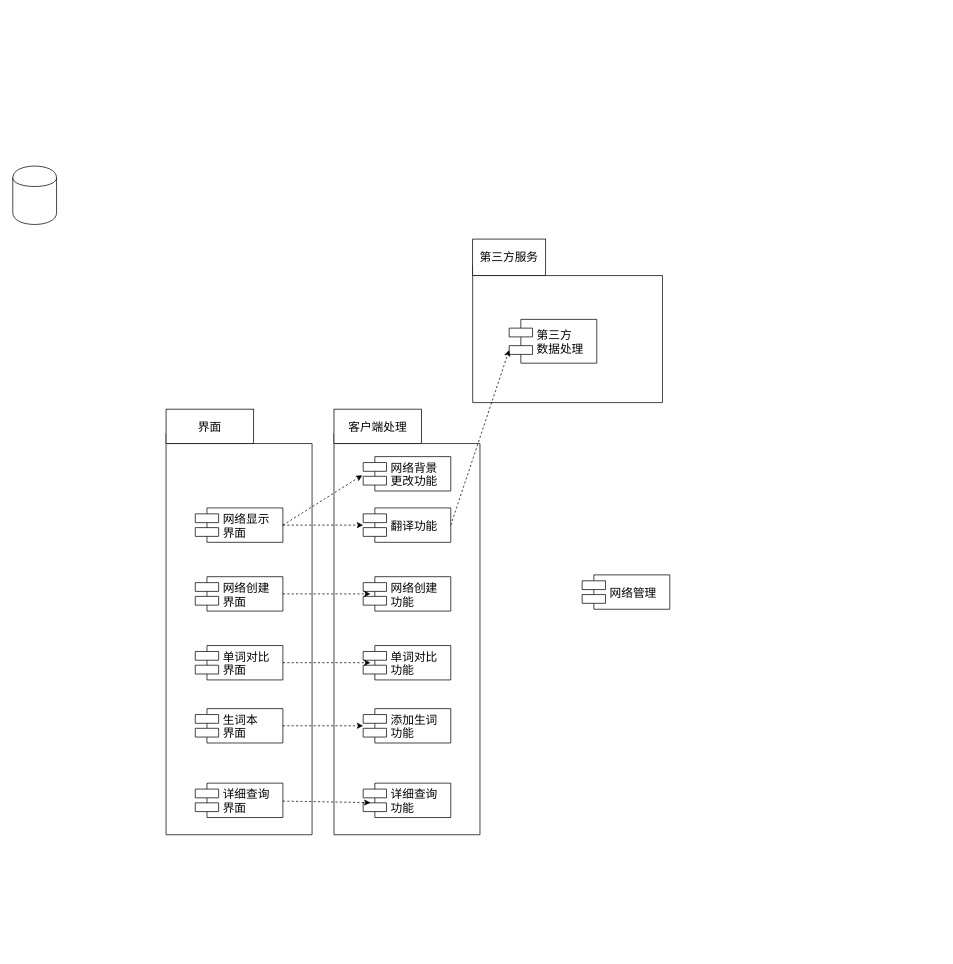
zhuofan777/uml keeps this draw.io diagram as Untitled Diagram.drawio. Above is the earlier version. Source tidied: cells renumbered, new cells numbered last; positions are measured from the earlier drawing's top-left corner, leaving out a move shared by most shapes. Both pictures are drawn from the tidied source at 73%, with x=0, y=0 at pixel (12, 85).
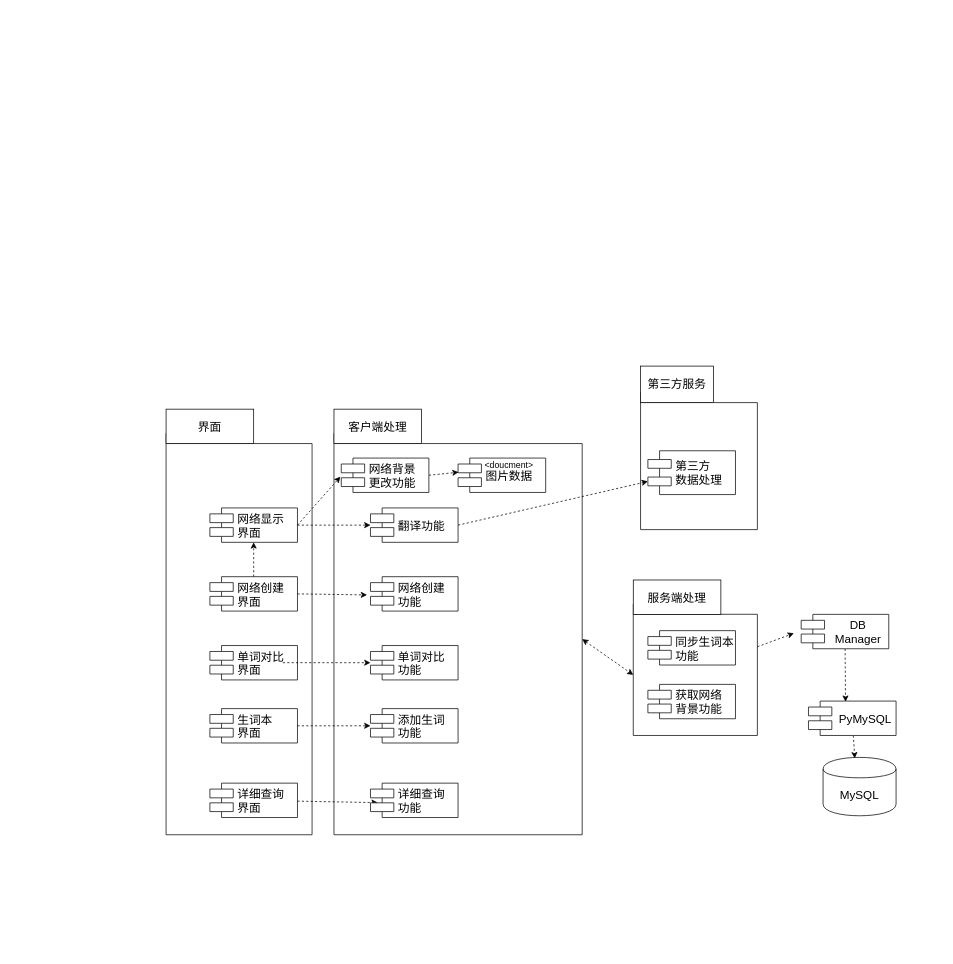
The same page after the edit.

Unchanged cells that the change refers to:
```xml
<mxCell id="20" value="翻译功能" style="shape=component;align=left;spacingLeft=36;fontSize=16;" parent="19" vertex="1">
  <mxGeometry y="78.6" width="120" height="47.1" as="geometry" />
</mxCell>
<mxCell id="21" value="网络创建&#10;功能" style="shape=component;align=left;spacingLeft=36;fontSize=16;" parent="19" vertex="1">
  <mxGeometry y="172.8" width="120" height="47.1" as="geometry" />
</mxCell>
<mxCell id="23" value="添加生词&#10;功能" style="shape=component;align=left;spacingLeft=36;fontSize=16;" parent="19" vertex="1">
  <mxGeometry y="353.5" width="120" height="47.1" as="geometry" />
</mxCell>
<mxCell id="24" value="详细查询&#10;功能" style="shape=component;align=left;spacingLeft=36;fontSize=16;" parent="19" vertex="1">
  <mxGeometry y="455.6" width="120" height="47.1" as="geometry" />
</mxCell>
```

What changed in the source:
```diff
@@
+    <mxCell id="34" style="edgeStyle=none;rounded=0;jettySize=auto;html=1;exitX=0;exitY=0;exitDx=340;exitDy=281.935;exitPerimeter=0;entryX=0;entryY=0;entryDx=0;entryDy=97;entryPerimeter=0;dashed=1;startArrow=classic;startFill=1;" parent="1" edge="1" source="18" target="35">
+      <mxGeometry relative="1" as="geometry" />
+    </mxCell>
+    <mxCell id="18" style="shape=folder;fontStyle=1;spacingTop=10;tabWidth=40;tabHeight=14;tabPosition=left;html=1;fontSize=16;" parent="1" vertex="1">
+      <mxGeometry x="440" y="476.1" width="340" height="549.9" as="geometry" />
+    </mxCell>
     <mxCell id="2" style="group;fontSize=16;" parent="1" vertex="1">
-      <mxGeometry x="630" width="560" height="1186" as="geometry" />
+      <mxGeometry x="710" y="-100" width="560" height="1200" as="geometry" />
     </mxCell>
+    <mxCell id="35" style="shape=folder;fontStyle=1;spacingTop=10;tabWidth=40;tabHeight=14;tabPosition=left;html=1;" parent="2" vertex="1">
+      <mxGeometry x="140" y="810" width="170" height="180" as="geometry" />
+    </mxCell>
     <mxCell id="3" style="shape=folder;fontStyle=1;spacingTop=10;tabWidth=40;tabHeight=14;tabPosition=left;html=1;fontSize=16;" parent="2" vertex="1">
-      <mxGeometry y="246" width="260" height="188" as="geometry" />
+      <mxGeometry x="150" y="520" width="160" height="188" as="geometry" />
     </mxCell>
     <mxCell id="4" value="第三方服务" style="rounded=0;whiteSpace=wrap;html=1;fontSize=16;" parent="2" vertex="1">
-      <mxGeometry y="210" width="100" height="50" as="geometry" />
+      <mxGeometry x="150" y="484" width="100" height="50" as="geometry" />
     </mxCell>
     <mxCell id="5" value="第三方&#10;数据处理" style="shape=component;align=left;spacingLeft=36;fontSize=16;" parent="2" vertex="1">
-      <mxGeometry x="50" y="320" width="120" height="60" as="geometry" />
+      <mxGeometry x="160" y="600" width="120" height="60" as="geometry" />
     </mxCell>
-    <mxCell id="6" value="网络管理" style="shape=component;align=left;spacingLeft=36;fontSize=16;" parent="2" vertex="1">
-      <mxGeometry x="150" y="670" width="120" height="47.1" as="geometry" />
+    <mxCell id="6" value="同步生词本&#10;功能" style="shape=component;align=left;spacingLeft=36;fontSize=16;" parent="2" vertex="1">
+      <mxGeometry x="160" y="846.4" width="120" height="47.1" as="geometry" />
     </mxCell>
+    <mxCell id="36" value="获取网络&#10;背景功能" style="shape=component;align=left;spacingLeft=36;fontSize=16;" parent="2" vertex="1">
+      <mxGeometry x="160" y="920" width="120" height="47.1" as="geometry" />
+    </mxCell>
+    <mxCell id="37" value="服务端处理" style="rounded=0;whiteSpace=wrap;html=1;fontSize=16;" parent="2" vertex="1">
+      <mxGeometry x="140" y="777" width="120" height="47.1" as="geometry" />
+    </mxCell>
+    <mxCell id="38" style="edgeStyle=none;rounded=0;jettySize=auto;html=1;entryX=0.423;entryY=0.019;entryDx=0;entryDy=0;entryPerimeter=0;dashed=1;startArrow=none;startFill=0;" parent="2" edge="1" source="39" target="41">
+      <mxGeometry relative="1" as="geometry" />
+    </mxCell>
+    <mxCell id="39" value="DB&#10;Manager" style="shape=component;align=center;spacingLeft=36;fontSize=16;" parent="2" vertex="1">
+      <mxGeometry x="370" y="824.1" width="120" height="47.1" as="geometry" />
+    </mxCell>
+    <mxCell id="40" style="edgeStyle=none;rounded=0;jettySize=auto;html=1;entryX=0.434;entryY=0.016;entryDx=0;entryDy=0;entryPerimeter=0;dashed=1;startArrow=none;startFill=0;" parent="2" edge="1" source="41" target="7">
+      <mxGeometry relative="1" as="geometry" />
+    </mxCell>
+    <mxCell id="41" value="PyMySQL" style="shape=component;align=center;spacingLeft=36;fontSize=16;" parent="2" vertex="1">
+      <mxGeometry x="380" y="942.9" width="120" height="47.1" as="geometry" />
+    </mxCell>
-    <mxCell id="7" style="shape=cylinder;whiteSpace=wrap;html=1;boundedLbl=1;backgroundOutline=1;fontSize=16;" parent="1" vertex="1">
-      <mxGeometry y="110" width="60" height="80" as="geometry" />
+    <mxCell id="7" value="MySQL" style="shape=cylinder;whiteSpace=wrap;html=1;boundedLbl=1;backgroundOutline=1;fontSize=16;" parent="2" vertex="1">
+      <mxGeometry x="400" y="1020" width="100" height="80" as="geometry" />
     </mxCell>
     <mxCell id="8" style="group;fontSize=16;" parent="1" vertex="1">
-      <mxGeometry x="210" y="440" width="200" height="586" as="geometry" />
+      <mxGeometry x="220" y="440" width="200" height="586" as="geometry" />
     </mxCell>
     <mxCell id="9" style="shape=folder;fontStyle=1;spacingTop=10;tabWidth=40;tabHeight=14;tabPosition=left;html=1;fontSize=16;" parent="8" vertex="1">
-      <mxGeometry y="36.1" width="200" height="549.9" as="geometry" />
+      <mxGeometry x="-10" y="36.1" width="200" height="549.9" as="geometry" />
     </mxCell>
-    <mxCell id="10" style="group;fontSize=16;" parent="8" vertex="1">
-      <mxGeometry x="40" y="59.7" width="120" height="502.7" as="geometry" />
-    </mxCell>
+    <mxCell id="16" value="界面" style="rounded=0;whiteSpace=wrap;html=1;fontSize=16;" parent="8" vertex="1">
+      <mxGeometry x="-10" y="3" width="120" height="47.1" as="geometry" />
+    </mxCell>
-    <mxCell id="11" value="网络显示&#10;界面" style="shape=component;align=left;spacingLeft=36;fontSize=16;" parent="10" vertex="1">
-      <mxGeometry y="78.6" width="120" height="47.1" as="geometry" />
+    <mxCell id="11" value="网络显示&#10;界面" style="shape=component;align=left;spacingLeft=36;fontSize=16;" parent="8" vertex="1">
+      <mxGeometry x="50" y="138.3" width="120" height="47.1" as="geometry" />
     </mxCell>
+    <mxCell id="42" style="rounded=0;jettySize=auto;html=1;entryX=0.5;entryY=1;entryDx=0;entryDy=0;dashed=1;" parent="8" edge="1" source="12" target="11">
+      <mxGeometry relative="1" as="geometry" />
+    </mxCell>
-    <mxCell id="12" value="网络创建&#10;界面" style="shape=component;align=left;spacingLeft=36;fontSize=16;" parent="10" vertex="1">
-      <mxGeometry y="172.8" width="120" height="47.1" as="geometry" />
+    <mxCell id="12" value="网络创建&#10;界面" style="shape=component;align=left;spacingLeft=36;fontSize=16;" parent="8" vertex="1">
+      <mxGeometry x="50" y="232.5" width="120" height="47.1" as="geometry" />
     </mxCell>
-    <mxCell id="13" value="单词对比&#10;界面" style="shape=component;align=left;spacingLeft=36;fontSize=16;" parent="10" vertex="1">
-      <mxGeometry y="267.1" width="120" height="47.1" as="geometry" />
+    <mxCell id="13" value="单词对比&#10;界面" style="shape=component;align=left;spacingLeft=36;fontSize=16;" parent="8" vertex="1">
+      <mxGeometry x="50" y="326.8" width="120" height="47.1" as="geometry" />
     </mxCell>
-    <mxCell id="14" value="生词本&#10;界面" style="shape=component;align=left;spacingLeft=36;fontSize=16;" parent="10" vertex="1">
-      <mxGeometry y="353.5" width="120" height="47.1" as="geometry" />
+    <mxCell id="14" value="生词本&#10;界面" style="shape=component;align=left;spacingLeft=36;fontSize=16;" parent="8" vertex="1">
+      <mxGeometry x="50" y="413.2" width="120" height="47.1" as="geometry" />
     </mxCell>
-    <mxCell id="15" value="详细查询&#10;界面" style="shape=component;align=left;spacingLeft=36;fontSize=16;" parent="10" vertex="1">
-      <mxGeometry y="455.6" width="120" height="47.1" as="geometry" />
+    <mxCell id="15" value="详细查询&#10;界面" style="shape=component;align=left;spacingLeft=36;fontSize=16;" parent="8" vertex="1">
+      <mxGeometry x="50" y="515.3" width="120" height="47.1" as="geometry" />
     </mxCell>
-    <mxCell id="16" value="界面" style="rounded=0;whiteSpace=wrap;html=1;fontSize=16;" parent="8" vertex="1">
-      <mxGeometry y="3" width="120" height="47.1" as="geometry" />
-    </mxCell>
-    <mxCell id="17" style="group;fontSize=16;" parent="1" vertex="1">
-      <mxGeometry x="440" y="440" width="200" height="586" as="geometry" />
-    </mxCell>
-    <mxCell id="18" style="shape=folder;fontStyle=1;spacingTop=10;tabWidth=40;tabHeight=14;tabPosition=left;html=1;fontSize=16;" parent="17" vertex="1">
-      <mxGeometry y="36.1" width="200" height="549.9" as="geometry" />
-    </mxCell>
+    <mxCell id="28" style="rounded=0;jettySize=auto;html=1;exitX=1;exitY=0.5;exitDx=0;exitDy=0;entryX=0;entryY=0.7;entryDx=0;entryDy=0;fontSize=16;dashed=1;" parent="1" edge="1" source="20" target="5">
+      <mxGeometry relative="1" as="geometry" />
+    </mxCell>
+    <mxCell id="29" style="edgeStyle=none;rounded=0;jettySize=auto;html=1;exitX=1;exitY=0.5;exitDx=0;exitDy=0;dashed=1;fontSize=16;" parent="1" edge="1" source="11" target="20">
+      <mxGeometry relative="1" as="geometry" />
+    </mxCell>
+    <mxCell id="30" style="edgeStyle=none;rounded=0;jettySize=auto;html=1;exitX=1;exitY=0.5;exitDx=0;exitDy=0;entryX=-0.039;entryY=0.53;entryDx=0;entryDy=0;entryPerimeter=0;dashed=1;fontSize=16;" parent="1" edge="1" source="12" target="21">
+      <mxGeometry relative="1" as="geometry" />
+    </mxCell>
+    <mxCell id="31" style="edgeStyle=none;rounded=0;jettySize=auto;html=1;exitX=1;exitY=0.5;exitDx=0;exitDy=0;dashed=1;fontSize=16;" parent="1" edge="1" source="14" target="23">
+      <mxGeometry relative="1" as="geometry" />
+    </mxCell>
+    <mxCell id="32" style="edgeStyle=none;rounded=0;jettySize=auto;html=1;entryX=0.083;entryY=0.567;entryDx=0;entryDy=0;entryPerimeter=0;dashed=1;fontSize=16;" parent="1" edge="1" source="15" target="24">
+      <mxGeometry relative="1" as="geometry" />
+    </mxCell>
+    <mxCell id="33" style="edgeStyle=none;rounded=0;jettySize=auto;html=1;exitX=1;exitY=0.5;exitDx=0;exitDy=0;entryX=-0.01;entryY=0.541;entryDx=0;entryDy=0;entryPerimeter=0;dashed=1;fontSize=16;" parent="1" edge="1" source="11" target="27">
+      <mxGeometry relative="1" as="geometry" />
+    </mxCell>
+    <mxCell id="43" style="edgeStyle=none;rounded=0;jettySize=auto;html=1;exitX=1;exitY=0.5;exitDx=0;exitDy=0;dashed=1;entryX=0.006;entryY=0.411;entryDx=0;entryDy=0;entryPerimeter=0;" parent="1" edge="1" source="27" target="45">
+      <mxGeometry relative="1" as="geometry" />
+    </mxCell>
+    <mxCell id="44" style="group;" parent="1" vertex="1">
+      <mxGeometry x="610" y="510" width="120" height="47.1" as="geometry" />
+    </mxCell>
+    <mxCell id="45" value="图片数据" style="shape=component;align=left;spacingLeft=36;fontSize=16;" parent="44" vertex="1">
+      <mxGeometry width="120" height="47.1" as="geometry" />
+    </mxCell>
+    <mxCell id="46" value="&amp;lt;doucment&amp;gt;" style="text;html=1;strokeColor=none;fillColor=none;align=center;verticalAlign=middle;whiteSpace=wrap;rounded=0;" parent="44" vertex="1">
+      <mxGeometry x="50" width="40" height="20" as="geometry" />
+    </mxCell>
-    <mxCell id="19" style="group;fontSize=16;" parent="17" vertex="1">
-      <mxGeometry x="40" y="59.7" width="120" height="502.7" as="geometry" />
+    <mxCell id="19" style="group;fontSize=16;" parent="1" vertex="1">
+      <mxGeometry x="490" y="499.7" width="120" height="502.7" as="geometry" />
     </mxCell>
@@
-    <mxCell id="25" value="客户端处理" style="rounded=0;whiteSpace=wrap;html=1;fontSize=16;" parent="17" vertex="1">
-      <mxGeometry y="3" width="120" height="47.1" as="geometry" />
+    <mxCell id="25" value="客户端处理" style="rounded=0;whiteSpace=wrap;html=1;fontSize=16;" parent="1" vertex="1">
+      <mxGeometry x="440" y="443" width="120" height="47.1" as="geometry" />
     </mxCell>
-    <mxCell id="26" style="edgeStyle=none;rounded=0;orthogonalLoop=1;jettySize=auto;html=1;exitX=1;exitY=0.5;exitDx=0;exitDy=0;entryX=0.25;entryY=0.4;entryDx=0;entryDy=0;entryPerimeter=0;dashed=1;fontSize=16;" parent="17" edge="1">
+    <mxCell id="26" style="edgeStyle=none;rounded=0;orthogonalLoop=1;jettySize=auto;html=1;exitX=1;exitY=0.5;exitDx=0;exitDy=0;entryX=0.25;entryY=0.4;entryDx=0;entryDy=0;entryPerimeter=0;dashed=1;fontSize=16;" parent="1" edge="1">
       <mxGeometry relative="1" as="geometry">
-        <mxPoint x="-70" y="350.3" as="sourcePoint" />
-        <mxPoint x="50" y="350.3" as="targetPoint" />
+        <mxPoint x="370" y="790.3" as="sourcePoint" />
+        <mxPoint x="490" y="790.3" as="targetPoint" />
       </mxGeometry>
     </mxCell>
-    <mxCell id="27" value="网络背景&#10;更改功能" style="shape=component;align=left;spacingLeft=36;fontSize=16;" parent="17" vertex="1">
-      <mxGeometry x="40" y="68" width="120" height="47.1" as="geometry" />
+    <mxCell id="27" value="网络背景&#10;更改功能" style="shape=component;align=left;spacingLeft=36;fontSize=16;" parent="1" vertex="1">
+      <mxGeometry x="450" y="510" width="120" height="47.1" as="geometry" />
     </mxCell>
-    <mxCell id="28" style="rounded=0;jettySize=auto;html=1;exitX=1;exitY=0.5;exitDx=0;exitDy=0;entryX=0;entryY=0.7;entryDx=0;entryDy=0;fontSize=16;dashed=1;" parent="1" edge="1" source="20" target="5">
-      <mxGeometry relative="1" as="geometry" />
-    </mxCell>
-    <mxCell id="29" style="edgeStyle=none;rounded=0;jettySize=auto;html=1;exitX=1;exitY=0.5;exitDx=0;exitDy=0;dashed=1;fontSize=16;" parent="1" edge="1" source="11" target="20">
-      <mxGeometry relative="1" as="geometry" />
-    </mxCell>
-    <mxCell id="30" style="edgeStyle=none;rounded=0;jettySize=auto;html=1;exitX=1;exitY=0.5;exitDx=0;exitDy=0;entryX=0.25;entryY=0.4;entryDx=0;entryDy=0;entryPerimeter=0;dashed=1;fontSize=16;" parent="1" edge="1" source="12" target="18">
-      <mxGeometry relative="1" as="geometry" />
-    </mxCell>
-    <mxCell id="31" style="edgeStyle=none;rounded=0;jettySize=auto;html=1;exitX=1;exitY=0.5;exitDx=0;exitDy=0;dashed=1;fontSize=16;" parent="1" edge="1" source="14" target="23">
-      <mxGeometry relative="1" as="geometry" />
-    </mxCell>
-    <mxCell id="32" style="edgeStyle=none;rounded=0;jettySize=auto;html=1;entryX=0.083;entryY=0.567;entryDx=0;entryDy=0;entryPerimeter=0;dashed=1;fontSize=16;" parent="1" edge="1" source="15" target="24">
-      <mxGeometry relative="1" as="geometry" />
-    </mxCell>
-    <mxCell id="33" style="edgeStyle=none;rounded=0;jettySize=auto;html=1;exitX=1;exitY=0.5;exitDx=0;exitDy=0;entryX=-0.01;entryY=0.541;entryDx=0;entryDy=0;entryPerimeter=0;dashed=1;fontSize=16;" parent="1" edge="1" source="11" target="27">
-      <mxGeometry relative="1" as="geometry" />
-    </mxCell>
+    <mxCell id="47" style="edgeStyle=none;rounded=0;jettySize=auto;html=1;dashed=1;startArrow=none;startFill=0;" parent="1" edge="1" source="35">
+      <mxGeometry relative="1" as="geometry">
+        <mxPoint x="1070" y="750" as="targetPoint" />
+      </mxGeometry>
+    </mxCell>
```
